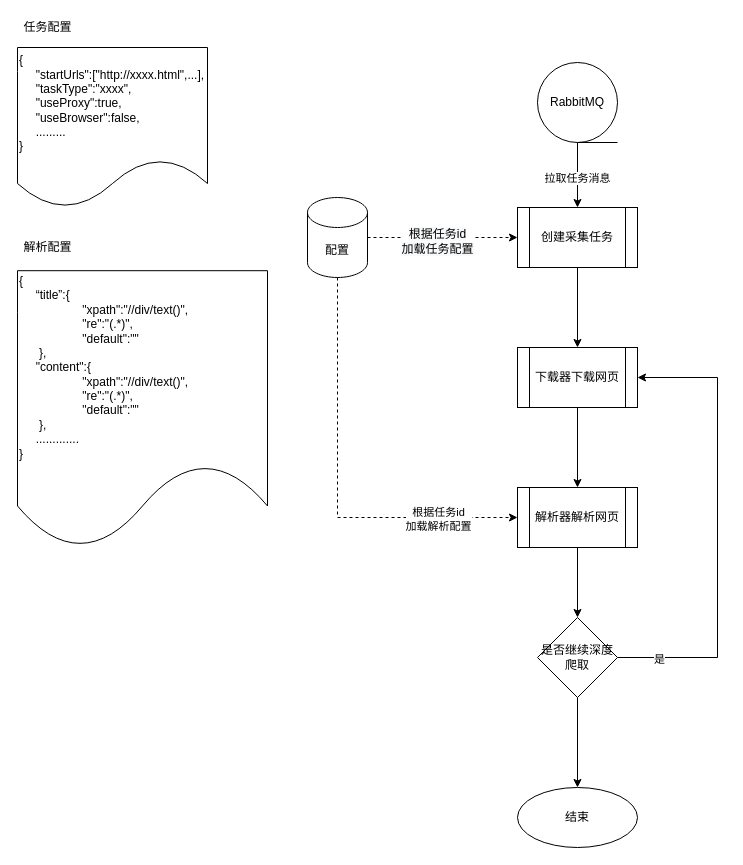
This is page "Copy of Page-1" (1 of 2) of Untitled Diagram.drawio from xiaohutushen30/xiaohutushen30-draw, a draw.io file, before an edit. Source tidied: cells renumbered, new cells numbered last; positions are measured from the earlier drawing's top-left corner, leaving out a move shared by most shapes. Both pictures are drawn from the tidied source at 100%, with x=0, y=0 at pixel (17, 17).
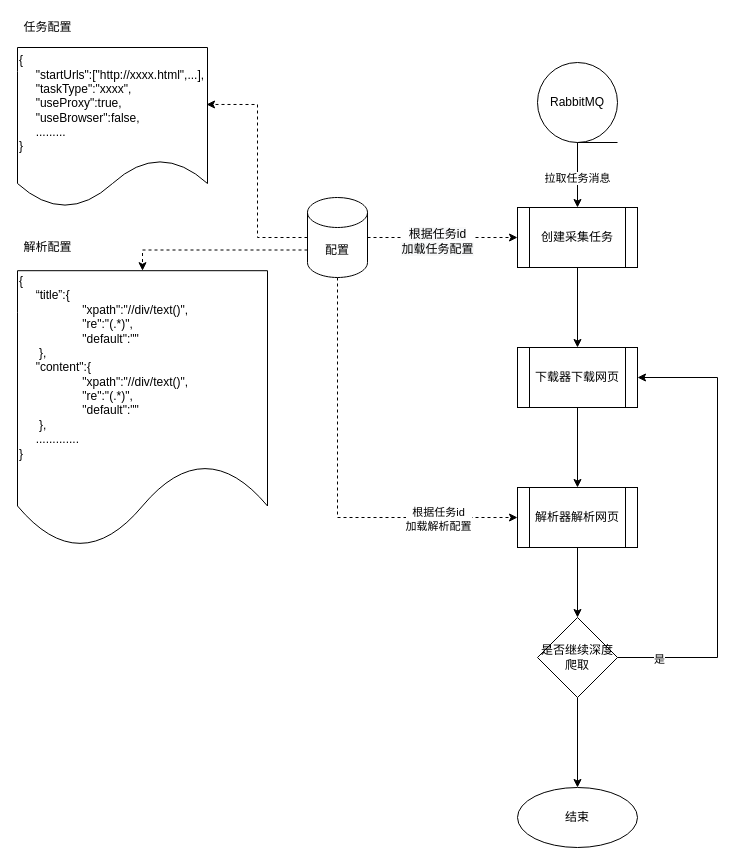
The same page after the edit.

Unchanged cells that the change refers to:
```xml
<mxCell id="9" value="配置" style="shape=cylinder3;whiteSpace=wrap;html=1;boundedLbl=1;backgroundOutline=1;size=15;" parent="1" vertex="1">
  <mxGeometry x="290" y="180" width="60" height="80" as="geometry" />
</mxCell>
<mxCell id="13" value="{&lt;br&gt;&amp;nbsp; &amp;nbsp; &amp;nbsp;&quot;startUrls&quot;:[&quot;http://xxxx.html&quot;,...],&lt;br&gt;&amp;nbsp; &amp;nbsp; &amp;nbsp;&quot;taskType&quot;:&quot;xxxx&quot;,&lt;br&gt;&amp;nbsp; &amp;nbsp; &amp;nbsp;&quot;useProxy&quot;:true,&lt;br&gt;&amp;nbsp; &amp;nbsp; &amp;nbsp;&quot;useBrowser&quot;:false,&lt;br&gt;&amp;nbsp; &amp;nbsp; &amp;nbsp;.........&lt;br&gt;}" style="shape=document;whiteSpace=wrap;html=1;boundedLbl=1;align=left;" parent="12" vertex="1">
  <mxGeometry y="30" width="190" height="160" as="geometry" />
</mxCell>
<mxCell id="16" value="{&lt;br&gt;&amp;nbsp; &amp;nbsp; &amp;nbsp;“title”:{&lt;br&gt;&amp;nbsp; &amp;nbsp; &amp;nbsp; &amp;nbsp; &amp;nbsp; &amp;nbsp; &amp;nbsp; &amp;nbsp; &amp;nbsp; &amp;nbsp;&quot;xpath&quot;:&quot;//div/text()&quot;, &lt;br&gt;&amp;nbsp; &amp;nbsp; &amp;nbsp; &amp;nbsp; &amp;nbsp; &amp;nbsp; &amp;nbsp; &amp;nbsp; &amp;nbsp; &amp;nbsp;&quot;re&quot;:&quot;(.*)&quot;,&lt;br&gt;&amp;nbsp; &amp;nbsp; &amp;nbsp; &amp;nbsp; &amp;nbsp; &amp;nbsp; &amp;nbsp; &amp;nbsp; &amp;nbsp; &amp;nbsp;&quot;default&quot;:&quot;&quot;&lt;br&gt;&amp;nbsp; &amp;nbsp; &amp;nbsp; },&lt;br&gt;&amp;nbsp; &amp;nbsp; &amp;nbsp;&quot;content&quot;:{&lt;br&gt;&amp;nbsp; &amp;nbsp; &amp;nbsp; &amp;nbsp; &amp;nbsp; &amp;nbsp; &amp;nbsp; &amp;nbsp; &amp;nbsp; &amp;nbsp;&quot;xpath&quot;:&quot;//div/text()&quot;,&lt;br&gt;&amp;nbsp; &amp;nbsp; &amp;nbsp; &amp;nbsp; &amp;nbsp; &amp;nbsp; &amp;nbsp; &amp;nbsp; &amp;nbsp; &amp;nbsp;&quot;re&quot;:&quot;(.*)&quot;,&lt;br&gt;&amp;nbsp; &amp;nbsp; &amp;nbsp; &amp;nbsp; &amp;nbsp; &amp;nbsp; &amp;nbsp; &amp;nbsp; &amp;nbsp; &amp;nbsp;&quot;default&quot;:&quot;&quot;&lt;br&gt;&amp;nbsp; &amp;nbsp; &amp;nbsp; },&lt;br&gt;&amp;nbsp; &amp;nbsp; &amp;nbsp;.............&lt;br&gt;}" style="shape=document;whiteSpace=wrap;html=1;boundedLbl=1;align=left;" parent="15" vertex="1">
  <mxGeometry y="33.2" width="250" height="276.8" as="geometry" />
</mxCell>
```

Change to the diagram source:
```diff
@@
+    <mxCell id="27" style="edgeStyle=orthogonalEdgeStyle;rounded=0;jettySize=auto;html=1;exitX=0;exitY=0.5;exitDx=0;exitDy=0;exitPerimeter=0;entryX=0.995;entryY=0.356;entryDx=0;entryDy=0;entryPerimeter=0;dashed=1;" parent="1" edge="1" source="9" target="13">
+      <mxGeometry relative="1" as="geometry" />
+    </mxCell>
+    <mxCell id="28" style="edgeStyle=orthogonalEdgeStyle;rounded=0;jettySize=auto;html=1;exitX=0;exitY=0;exitDx=0;exitDy=52.5;exitPerimeter=0;entryX=0.5;entryY=0;entryDx=0;entryDy=0;dashed=1;" parent="1" edge="1" source="9" target="16">
+      <mxGeometry relative="1" as="geometry" />
+    </mxCell>
```
